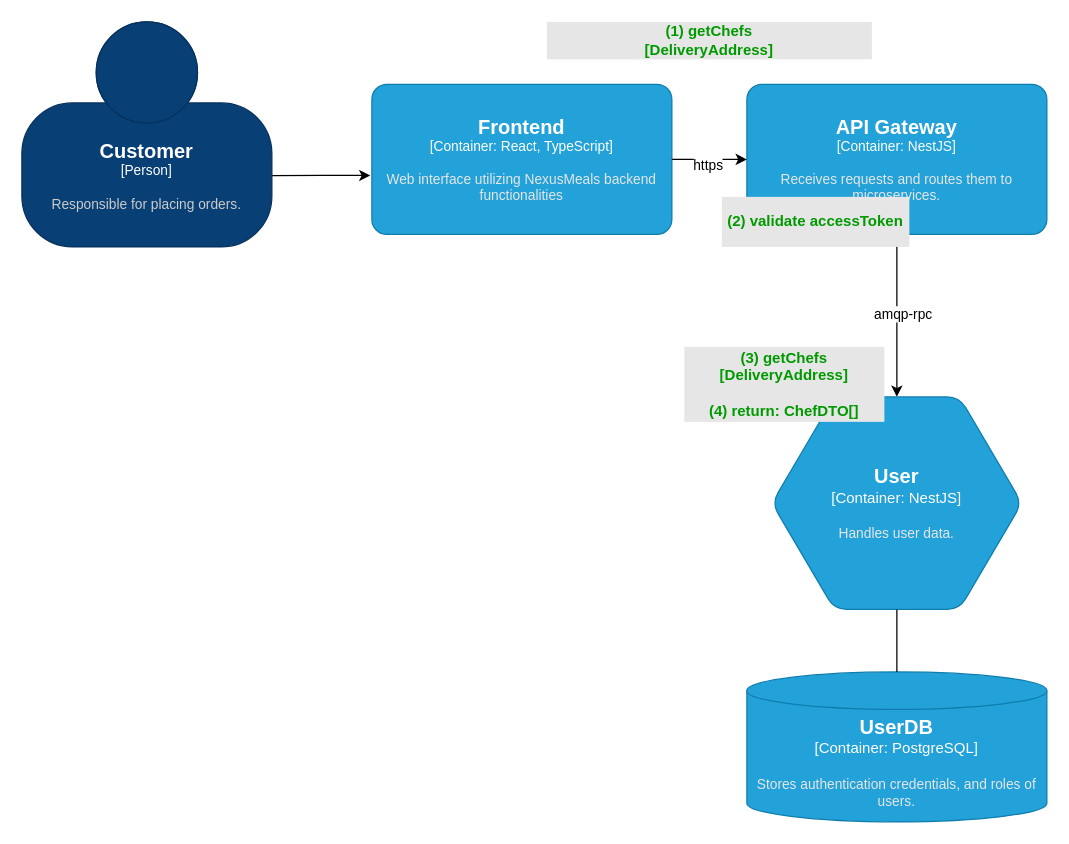
This is page "view-chefs" (8 of 11) of system-context-current.drawio from poolziee/NexusMeals-Docs, a draw.io file, before an edit. Source tidied: cells renumbered, new cells numbered last; positions are measured from the earlier drawing's top-left corner, leaving out a move shared by most shapes. Both pictures are drawn from the tidied source at 125%, with x=0, y=0 at pixel (21, 21).
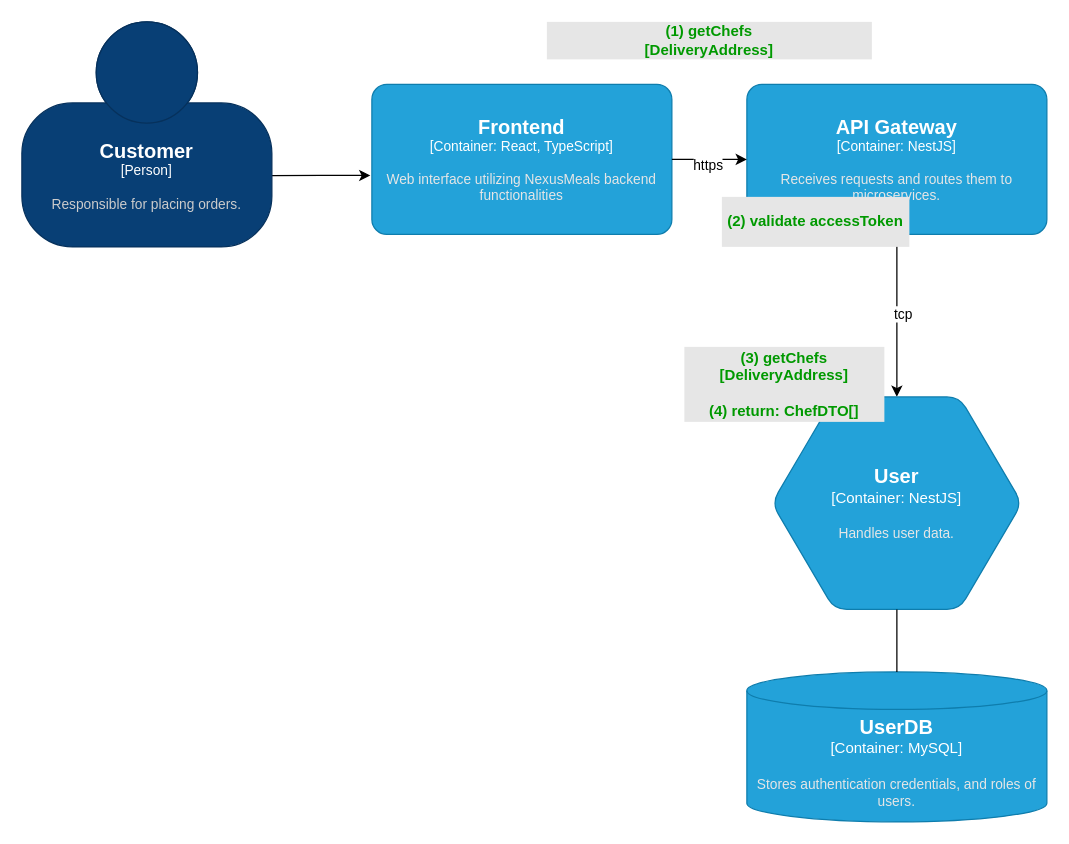
The same page after the edit.

Unchanged cells that the change refers to:
```xml
<mxCell id="7" style="edgeStyle=orthogonalEdgeStyle;rounded=0;jettySize=auto;html=1;exitX=0.5;exitY=1;exitDx=0;exitDy=0;exitPerimeter=0;entryX=0.5;entryY=0;entryDx=0;entryDy=0;entryPerimeter=0;" parent="1" edge="1" source="3" target="10">
  <mxGeometry relative="1" as="geometry" />
</mxCell>
<mxCell id="9" style="group;" parent="1" vertex="1">
  <mxGeometry x="580" y="300" width="240" height="340" as="geometry" />
</mxCell>
```

Change to the diagram source:
```diff
@@
-    <mxCell id="8" value="amqp-rpc" style="edgeLabel;html=1;align=center;verticalAlign=middle;" parent="7" vertex="1">
+    <mxCell id="8" value="tcp" style="edgeLabel;html=1;align=center;verticalAlign=middle;" parent="7" vertex="1">
       <mxGeometry x="-0.03" y="4" relative="1" as="geometry" />
     </mxCell>
@@
-    <object id="11" label="&lt;font style=&quot;font-size: 16px&quot;&gt;&lt;b&gt;%c4Type%&lt;/b&gt;&lt;/font&gt;&lt;div&gt;[%c4Container%:&amp;nbsp;%c4Technology%]&lt;/div&gt;&lt;br&gt;&lt;div&gt;&lt;font style=&quot;font-size: 11px&quot;&gt;&lt;font color=&quot;#E6E6E6&quot;&gt;%c4Description%&lt;/font&gt;&lt;/div&gt;" c4Container="Container" c4Description="Stores authentication credentials, and roles of users." c4Technology="PostgreSQL" c4Type="UserDB" placeholders="1">
+    <object id="11" label="&lt;font style=&quot;font-size: 16px&quot;&gt;&lt;b&gt;%c4Type%&lt;/b&gt;&lt;/font&gt;&lt;div&gt;[%c4Container%:&amp;nbsp;%c4Technology%]&lt;/div&gt;&lt;br&gt;&lt;div&gt;&lt;font style=&quot;font-size: 11px&quot;&gt;&lt;font color=&quot;#E6E6E6&quot;&gt;%c4Description%&lt;/font&gt;&lt;/div&gt;" c4Container="Container" c4Description="Stores authentication credentials, and roles of users." c4Technology="MySQL" c4Type="UserDB" placeholders="1">
       <mxCell style="shape=cylinder3;size=15;whiteSpace=wrap;html=1;boundedLbl=1;rounded=0;labelBackgroundColor=none;fillColor=#23A2D9;fontSize=12;fontColor=#ffffff;align=center;strokeColor=#0E7DAD;points=[[0.5,0,0],[1,0.25,0],[1,0.5,0],[1,0.75,0],[0.5,1,0],[0,0.75,0],[0,0.5,0],[0,0.25,0]];" parent="9" vertex="1">
         <mxGeometry y="220" width="240" height="120" as="geometry" />
       </mxCell>
     </object>
```
